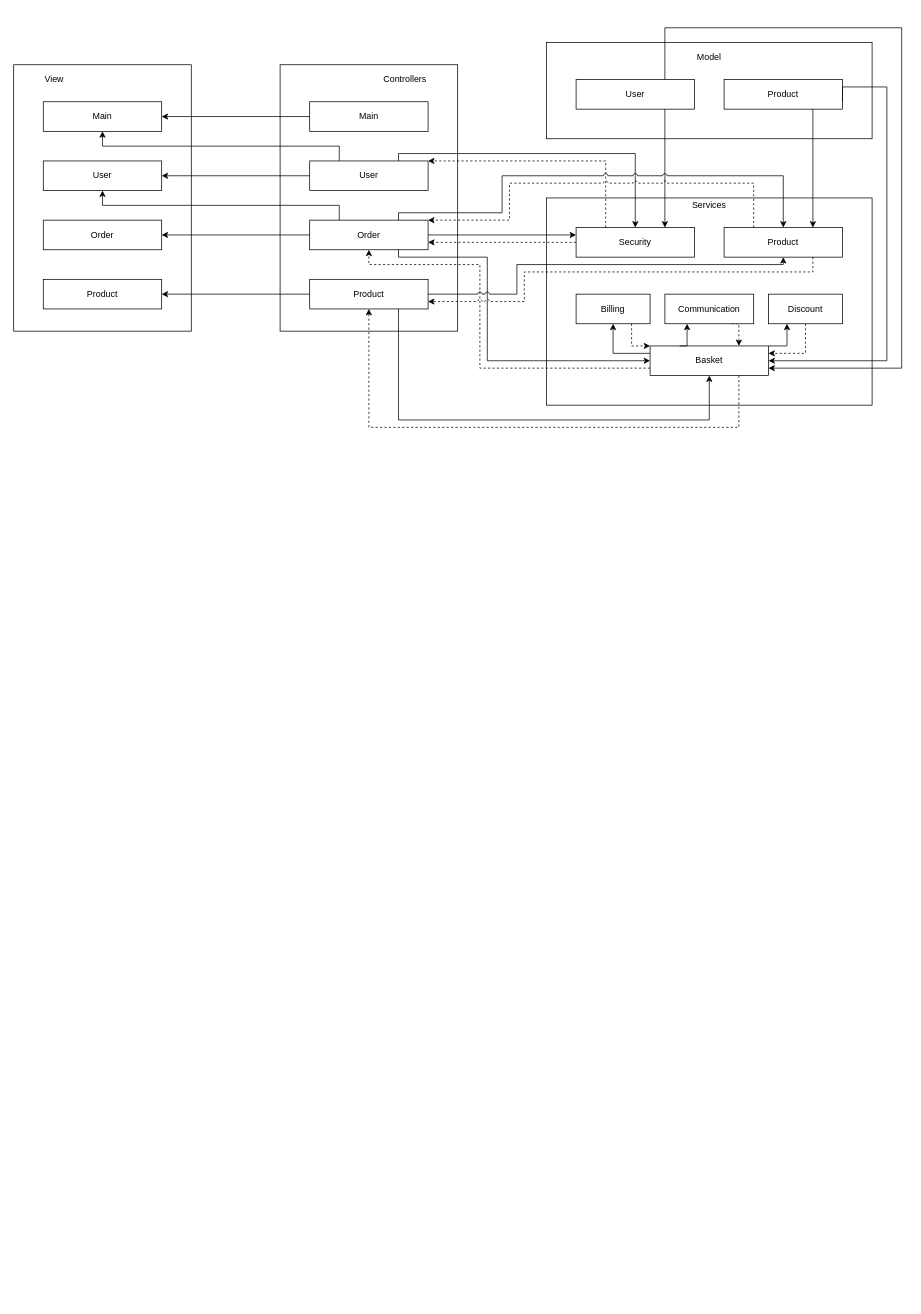
Earlier version of the draw.io diagram ArchitectureWebApp_Geekbrains/uml-diagram.drawio (BobrikovAleksey/TestTasks). Source tidied: cells renumbered, new cells numbered last; positions are measured from the earlier drawing's top-left corner, leaving out a move shared by most shapes. Both pictures are drawn from the tidied source at 74%, with x=0, y=0 at pixel (13, 27).
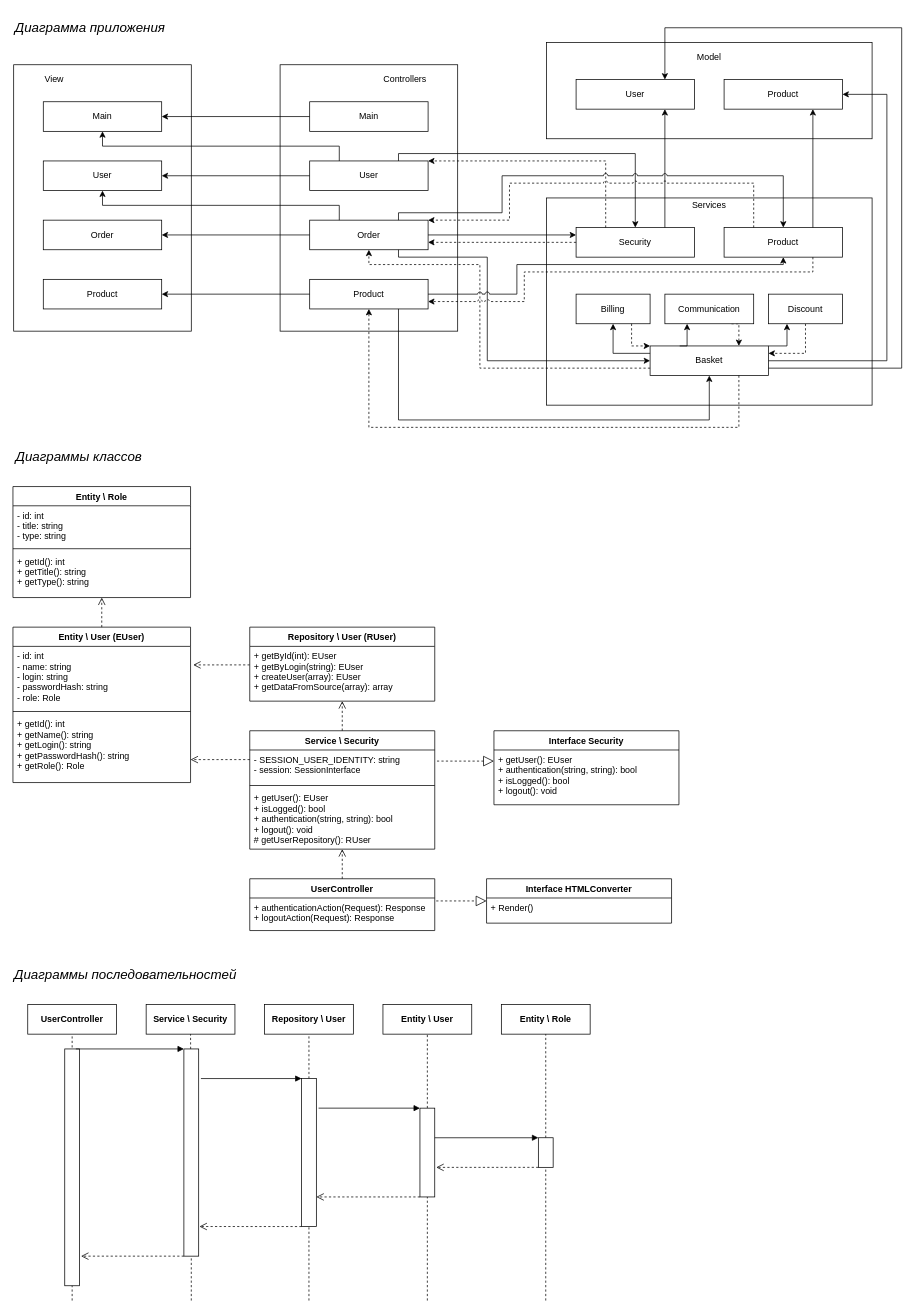
Above is the later version.

The change refers to these unchanged cells:
```xml
<mxCell id="5" value="Product" style="rounded=0;whiteSpace=wrap;html=1;" parent="2" vertex="1">
  <mxGeometry x="240" y="50" width="160" height="40" as="geometry" />
</mxCell>
<mxCell id="6" value="Security" style="rounded=0;whiteSpace=wrap;html=1;" parent="2" vertex="1">
  <mxGeometry x="40" y="50" width="160" height="40" as="geometry" />
</mxCell>
<mxCell id="7" value="Basket" style="rounded=0;whiteSpace=wrap;html=1;" parent="2" vertex="1">
  <mxGeometry x="140" y="210" width="160" height="40" as="geometry" />
</mxCell>
<mxCell id="46" value="User" style="rounded=0;whiteSpace=wrap;html=1;" parent="43" vertex="1">
  <mxGeometry x="40" y="50" width="160" height="40" as="geometry" />
</mxCell>
<mxCell id="47" value="Product" style="rounded=0;whiteSpace=wrap;html=1;" parent="43" vertex="1">
  <mxGeometry x="240" y="50" width="160" height="40" as="geometry" />
</mxCell>
```

Diff of the diagram source:
```diff
@@
-    <mxCell id="52" style="edgeStyle=orthogonalEdgeStyle;rounded=0;jumpStyle=arc;jettySize=auto;html=1;exitX=0.75;exitY=1;exitDx=0;exitDy=0;entryX=0.75;entryY=0;entryDx=0;entryDy=0;startArrow=none;startFill=0;endArrow=classic;endFill=1;" parent="1" edge="1" source="46" target="6">
+    <mxCell id="52" style="edgeStyle=orthogonalEdgeStyle;rounded=0;jumpStyle=arc;jettySize=auto;html=1;exitX=0.75;exitY=1;exitDx=0;exitDy=0;entryX=0.75;entryY=0;entryDx=0;entryDy=0;startArrow=classic;startFill=1;endArrow=none;endFill=0;" parent="1" edge="1" source="46" target="6">
       <mxGeometry relative="1" as="geometry" />
     </mxCell>
@@
-    <mxCell id="55" style="edgeStyle=orthogonalEdgeStyle;rounded=0;jumpStyle=arc;jettySize=auto;html=1;exitX=0.75;exitY=0;exitDx=0;exitDy=0;startArrow=none;startFill=0;endArrow=classic;endFill=1;entryX=1;entryY=0.75;entryDx=0;entryDy=0;" parent="1" edge="1" source="46" target="7">
+    <mxCell id="55" style="edgeStyle=orthogonalEdgeStyle;rounded=0;jumpStyle=arc;jettySize=auto;html=1;exitX=0.75;exitY=0;exitDx=0;exitDy=0;startArrow=classic;startFill=1;endArrow=none;endFill=0;entryX=1;entryY=0.75;entryDx=0;entryDy=0;" parent="1" edge="1" source="46" target="7">
       <mxGeometry relative="1" as="geometry">
         <Array as="points">
           <mxPoint x="880" />
           <mxPoint x="1200" />
           <mxPoint x="1200" y="460" />
         </Array>
       </mxGeometry>
     </mxCell>
-    <mxCell id="56" style="edgeStyle=orthogonalEdgeStyle;rounded=0;jumpStyle=arc;jettySize=auto;html=1;exitX=0.75;exitY=1;exitDx=0;exitDy=0;entryX=0.75;entryY=0;entryDx=0;entryDy=0;startArrow=none;startFill=0;endArrow=classic;endFill=1;" parent="1" edge="1" source="47" target="5">
+    <mxCell id="56" style="edgeStyle=orthogonalEdgeStyle;rounded=0;jumpStyle=arc;jettySize=auto;html=1;exitX=0.75;exitY=1;exitDx=0;exitDy=0;entryX=0.75;entryY=0;entryDx=0;entryDy=0;startArrow=classic;startFill=1;endArrow=none;endFill=0;" parent="1" edge="1" source="47" target="5">
       <mxGeometry relative="1" as="geometry" />
     </mxCell>
-    <mxCell id="57" style="edgeStyle=orthogonalEdgeStyle;rounded=0;jumpStyle=arc;jettySize=auto;html=1;exitX=1;exitY=0.75;exitDx=0;exitDy=0;startArrow=none;startFill=0;endArrow=classic;endFill=1;entryX=1;entryY=0.5;entryDx=0;entryDy=0;" parent="1" edge="1" source="47" target="7">
+    <mxCell id="57" style="edgeStyle=orthogonalEdgeStyle;rounded=0;jumpStyle=arc;jettySize=auto;html=1;startArrow=classic;startFill=1;endArrow=none;endFill=0;entryX=1;entryY=0.5;entryDx=0;entryDy=0;" parent="1" edge="1" target="7">
       <mxGeometry relative="1" as="geometry">
+        <mxPoint x="1120" y="90" as="sourcePoint" />
         <Array as="points">
-          <mxPoint x="1120" y="80" />
-          <mxPoint x="1180" y="80" />
+          <mxPoint x="1180" y="90" />
           <mxPoint x="1180" y="450" />
         </Array>
       </mxGeometry>
     </mxCell>
+    <mxCell id="58" value="Entity \ User (EUser)" style="swimlane;fontStyle=1;align=center;verticalAlign=top;horizontal=1;startSize=26;rounded=0;shadow=0;glass=0;labelBackgroundColor=#ffffff;sketch=0;strokeColor=#000000;fillColor=#ffffff;gradientColor=none;swimlaneFillColor=#ffffff;" parent="1" vertex="1">
+      <mxGeometry x="-1" y="810" width="240" height="210" as="geometry" />
+    </mxCell>
+    <mxCell id="59" value="- id: int&#10;- name: string&#10;- login: string&#10;- passwordHash: string&#10;- role: Role&#10;" style="text;strokeColor=none;fillColor=none;align=left;verticalAlign=top;spacingLeft=4;spacingRight=4;overflow=hidden;points=[[0,0.5],[1,0.5]];portConstraint=eastwest;" parent="58" vertex="1">
+      <mxGeometry y="26" width="240" height="84" as="geometry" />
+    </mxCell>
+    <mxCell id="60" style="line;strokeWidth=1;fillColor=none;align=left;verticalAlign=middle;spacingTop=-1;spacingLeft=3;spacingRight=3;labelPosition=right;" parent="58" vertex="1">
+      <mxGeometry y="110" width="240" height="8" as="geometry" />
+    </mxCell>
+    <mxCell id="61" value="+ getId(): int&#10;+ getName(): string&#10;+ getLogin(): string&#10;+ getPasswordHash(): string&#10;+ getRole(): Role&#10;&#10;&#10;" style="text;strokeColor=none;fillColor=none;align=left;verticalAlign=top;spacingLeft=4;spacingRight=4;overflow=hidden;points=[[0,0.5],[1,0.5]];portConstraint=eastwest;" parent="58" vertex="1">
+      <mxGeometry y="118" width="240" height="92" as="geometry" />
+    </mxCell>
+    <mxCell id="62" value="Entity \ Role" style="swimlane;fontStyle=1;align=center;verticalAlign=top;horizontal=1;startSize=26;rounded=0;shadow=0;glass=0;labelBackgroundColor=#FFFFFF;sketch=0;strokeColor=#000000;fillColor=#ffffff;gradientColor=none;swimlaneFillColor=#ffffff;" parent="1" vertex="1">
+      <mxGeometry x="-1" y="620" width="240" height="150" as="geometry" />
+    </mxCell>
+    <mxCell id="63" value="- id: int&#10;- title: string&#10;- type: string&#10;&#10;" style="text;strokeColor=none;fillColor=none;align=left;verticalAlign=top;spacingLeft=4;spacingRight=4;overflow=hidden;labelBackgroundColor=none;" parent="62" vertex="1">
+      <mxGeometry y="26" width="240" height="54" as="geometry" />
+    </mxCell>
+    <mxCell id="64" style="line;strokeWidth=1;fillColor=none;align=left;verticalAlign=middle;spacingTop=-1;spacingLeft=3;spacingRight=3;labelPosition=right;" parent="62" vertex="1">
+      <mxGeometry y="80" width="240" height="8" as="geometry" />
+    </mxCell>
+    <mxCell id="65" value="+ getId(): int&#10;+ getTitle(): string&#10;+ getType(): string&#10;" style="text;strokeColor=none;fillColor=none;align=left;verticalAlign=top;spacingLeft=4;spacingRight=4;overflow=hidden;" parent="62" vertex="1">
+      <mxGeometry y="88" width="240" height="62" as="geometry" />
+    </mxCell>
+    <mxCell id="66" style="html=1;verticalAlign=bottom;endArrow=open;dashed=1;endSize=8;exitX=0.5;exitY=0;exitDx=0;exitDy=0;entryX=0.5;entryY=1;entryDx=0;entryDy=0;" parent="1" edge="1" source="58" target="62">
+      <mxGeometry relative="1" as="geometry" />
+    </mxCell>
+    <mxCell id="67" value="Диаграмма приложения" style="text;html=1;strokeColor=none;fillColor=none;align=left;verticalAlign=middle;whiteSpace=wrap;rounded=0;shadow=0;glass=0;labelBackgroundColor=none;sketch=0;fontSize=18;fontStyle=2;" parent="1" vertex="1">
+      <mxGeometry y="-20" width="239" height="40" as="geometry" />
+    </mxCell>
+    <mxCell id="68" value="Диаграммы классов" style="text;html=1;strokeColor=none;fillColor=none;align=left;verticalAlign=middle;whiteSpace=wrap;rounded=0;shadow=0;glass=0;labelBackgroundColor=none;sketch=0;fontSize=18;fontStyle=2;labelBorderColor=none;" parent="1" vertex="1">
+      <mxGeometry x="1" y="560" width="239" height="40" as="geometry" />
+    </mxCell>
+    <mxCell id="69" style="html=1;verticalAlign=bottom;endArrow=open;dashed=1;endSize=8;entryX=1.015;entryY=0.298;entryDx=0;entryDy=0;entryPerimeter=0;exitX=0;exitY=0.338;exitDx=0;exitDy=0;exitPerimeter=0;" parent="1" edge="1" source="73" target="59">
+      <mxGeometry relative="1" as="geometry" />
+    </mxCell>
+    <mxCell id="70" value="Interface Security" style="swimlane;fontStyle=1;horizontal=1;startSize=26;rounded=0;shadow=0;glass=0;labelBackgroundColor=#FFFFFF;sketch=0;strokeColor=#000000;fontSize=12;align=center;swimlaneFillColor=#ffffff;" parent="1" vertex="1">
+      <mxGeometry x="649" y="950" width="250" height="100" as="geometry" />
+    </mxCell>
+    <mxCell id="71" value="+ getUser(): EUser&#10;+ authentication(string, string): bool&#10;+ isLogged(): bool&#10;+ logout(): void&#10;&#10;&#10;" style="text;strokeColor=none;align=left;verticalAlign=top;spacingLeft=4;spacingRight=4;overflow=hidden;points=[[0,0.5],[1,0.5]];portConstraint=eastwest;" parent="70" vertex="1">
+      <mxGeometry y="26" width="250" height="74" as="geometry" />
+    </mxCell>
+    <mxCell id="72" value="Repository \ User (RUser)" style="swimlane;fontStyle=1;horizontal=1;startSize=26;rounded=0;shadow=0;glass=0;labelBackgroundColor=#FFFFFF;sketch=0;strokeColor=#000000;fontSize=12;align=center;swimlaneFillColor=#ffffff;" parent="1" vertex="1">
+      <mxGeometry x="319" y="810" width="250" height="100" as="geometry" />
+    </mxCell>
+    <mxCell id="73" value="+ getById(int): EUser&#10;+ getByLogin(string): EUser&#10;+ createUser(array): EUser&#10;+ getDataFromSource(array): array" style="text;strokeColor=none;fillColor=none;align=left;verticalAlign=top;spacingLeft=4;spacingRight=4;overflow=hidden;points=[[0,0.5],[1,0.5]];portConstraint=eastwest;" parent="72" vertex="1">
+      <mxGeometry y="26" width="250" height="74" as="geometry" />
+    </mxCell>
+    <mxCell id="74" value="Service \ Security" style="swimlane;fontStyle=1;align=center;verticalAlign=top;horizontal=1;startSize=26;rounded=0;shadow=0;glass=0;labelBackgroundColor=#ffffff;sketch=0;strokeColor=#000000;gradientColor=none;swimlaneFillColor=#ffffff;" parent="1" vertex="1">
+      <mxGeometry x="319" y="950" width="250" height="160" as="geometry" />
+    </mxCell>
+    <mxCell id="75" value="- SESSION_USER_IDENTITY: string&#10;- session: SessionInterface" style="text;strokeColor=none;fillColor=none;align=left;verticalAlign=top;spacingLeft=4;spacingRight=4;overflow=hidden;points=[[0,0.5],[1,0.5]];portConstraint=eastwest;" parent="74" vertex="1">
+      <mxGeometry y="26" width="250" height="44" as="geometry" />
+    </mxCell>
+    <mxCell id="76" style="line;strokeWidth=1;fillColor=none;align=left;verticalAlign=middle;spacingTop=-1;spacingLeft=3;spacingRight=3;labelPosition=right;" parent="74" vertex="1">
+      <mxGeometry y="70" width="250" height="8" as="geometry" />
+    </mxCell>
+    <mxCell id="77" value="+ getUser(): EUser&#10;+ isLogged(): bool&#10;+ authentication(string, string): bool&#10;+ logout(): void&#10;# getUserRepository(): RUser" style="text;strokeColor=none;fillColor=none;align=left;verticalAlign=top;spacingLeft=4;spacingRight=4;overflow=hidden;" parent="74" vertex="1">
+      <mxGeometry y="78" width="250" height="82" as="geometry" />
+    </mxCell>
+    <mxCell id="78" style="endArrow=block;dashed=1;endFill=0;endSize=12;html=1;fontSize=12;entryX=0;entryY=0.203;entryDx=0;entryDy=0;exitX=1.012;exitY=0.341;exitDx=0;exitDy=0;exitPerimeter=0;entryPerimeter=0;" parent="1" edge="1" source="75" target="71">
+      <mxGeometry relative="1" as="geometry" />
+    </mxCell>
+    <mxCell id="79" style="html=1;verticalAlign=bottom;endArrow=open;dashed=1;endSize=8;entryX=1;entryY=0.663;entryDx=0;entryDy=0;entryPerimeter=0;exitX=0;exitY=0.295;exitDx=0;exitDy=0;exitPerimeter=0;" parent="1" edge="1" source="75" target="61">
+      <mxGeometry relative="1" as="geometry" />
+    </mxCell>
+    <mxCell id="80" style="html=1;verticalAlign=bottom;endArrow=open;dashed=1;endSize=8;entryX=0.5;entryY=1;entryDx=0;entryDy=0;exitX=0.5;exitY=0;exitDx=0;exitDy=0;" parent="1" edge="1" source="74" target="72">
+      <mxGeometry relative="1" as="geometry" />
+    </mxCell>
+    <mxCell id="81" value="UserController" style="swimlane;fontStyle=1;horizontal=1;startSize=26;rounded=0;shadow=0;glass=0;labelBackgroundColor=#FFFFFF;sketch=0;strokeColor=#000000;fontSize=12;align=center;swimlaneFillColor=#ffffff;" parent="1" vertex="1">
+      <mxGeometry x="319" y="1150" width="250" height="70" as="geometry" />
+    </mxCell>
+    <mxCell id="82" value="+ authenticationAction(Request): Response&#10;+ logoutAction(Request): Response" style="text;strokeColor=none;fillColor=none;align=left;verticalAlign=top;spacingLeft=4;spacingRight=4;overflow=hidden;points=[[0,0.5],[1,0.5]];portConstraint=eastwest;" parent="81" vertex="1">
+      <mxGeometry y="26" width="250" height="44" as="geometry" />
+    </mxCell>
+    <mxCell id="83" value="Interface HTMLConverter" style="swimlane;fontStyle=1;horizontal=1;startSize=26;rounded=0;shadow=0;glass=0;labelBackgroundColor=#FFFFFF;sketch=0;strokeColor=#000000;fontSize=12;align=center;swimlaneFillColor=#ffffff;" parent="1" vertex="1">
+      <mxGeometry x="639" y="1150" width="250" height="60" as="geometry" />
+    </mxCell>
+    <mxCell id="84" value="+ Render()" style="text;strokeColor=none;align=left;verticalAlign=top;spacingLeft=4;spacingRight=4;overflow=hidden;" parent="83" vertex="1">
+      <mxGeometry y="26" width="250" height="34" as="geometry" />
+    </mxCell>
+    <mxCell id="85" style="endArrow=block;dashed=1;endFill=0;endSize=12;html=1;fontSize=12;entryX=0;entryY=0.5;entryDx=0;entryDy=0;exitX=1.008;exitY=0.091;exitDx=0;exitDy=0;exitPerimeter=0;" parent="1" edge="1" source="82" target="83">
+      <mxGeometry relative="1" as="geometry" />
+    </mxCell>
+    <mxCell id="86" style="html=1;verticalAlign=bottom;endArrow=open;dashed=1;endSize=8;entryX=0.5;entryY=1;entryDx=0;entryDy=0;exitX=0.5;exitY=0;exitDx=0;exitDy=0;" parent="1" edge="1" source="81" target="74">
+      <mxGeometry relative="1" as="geometry" />
+    </mxCell>
+    <mxCell id="87" value="Диаграммы последовательностей" style="text;html=1;strokeColor=none;fillColor=none;align=left;verticalAlign=middle;whiteSpace=wrap;rounded=0;shadow=0;glass=0;labelBackgroundColor=none;sketch=0;fontSize=18;fontStyle=2;" parent="1" vertex="1">
+      <mxGeometry x="-1" y="1260" width="360" height="40" as="geometry" />
+    </mxCell>
+    <mxCell id="88" value="UserController" style="rounded=0;whiteSpace=wrap;html=1;shadow=0;glass=0;labelBackgroundColor=#FFFFFF;sketch=0;strokeColor=#000000;fillColor=#ffffff;gradientColor=none;fontSize=12;align=center;fontStyle=1;" parent="1" vertex="1">
+      <mxGeometry x="19" y="1320" width="120" height="40" as="geometry" />
+    </mxCell>
+    <mxCell id="89" value="Service \ Security" style="rounded=0;whiteSpace=wrap;html=1;shadow=0;glass=0;labelBackgroundColor=#FFFFFF;sketch=0;strokeColor=#000000;fillColor=#ffffff;gradientColor=none;fontSize=12;align=center;fontStyle=1;" parent="1" vertex="1">
+      <mxGeometry x="179" y="1320" width="120" height="40" as="geometry" />
+    </mxCell>
+    <mxCell id="90" value="Repository \ User" style="rounded=0;whiteSpace=wrap;html=1;shadow=0;glass=0;labelBackgroundColor=#FFFFFF;sketch=0;strokeColor=#000000;fillColor=#ffffff;gradientColor=none;fontSize=12;align=center;fontStyle=1;" parent="1" vertex="1">
+      <mxGeometry x="339" y="1320" width="120" height="40" as="geometry" />
+    </mxCell>
+    <mxCell id="91" style="endArrow=none;dashed=1;html=1;fontSize=12;entryX=0.5;entryY=1;entryDx=0;entryDy=0;" parent="1" edge="1" target="88">
+      <mxGeometry relative="1" as="geometry">
+        <mxPoint x="79" y="1720" as="sourcePoint" />
+      </mxGeometry>
+    </mxCell>
+    <mxCell id="92" style="endArrow=none;dashed=1;html=1;fontSize=12;entryX=0.5;entryY=1;entryDx=0;entryDy=0;" parent="1" edge="1" source="95" target="89">
+      <mxGeometry relative="1" as="geometry" />
+    </mxCell>
+    <mxCell id="93" style="endArrow=none;dashed=1;html=1;fontSize=12;entryX=0.5;entryY=1;entryDx=0;entryDy=0;" parent="1" edge="1" source="100" target="90">
+      <mxGeometry relative="1" as="geometry" />
+    </mxCell>
+    <mxCell id="94" style="rounded=0;whiteSpace=wrap;html=1;shadow=0;glass=0;labelBackgroundColor=#FFFFFF;sketch=0;strokeColor=#000000;fillColor=#ffffff;gradientColor=none;fontSize=12;align=center;" parent="1" vertex="1">
+      <mxGeometry x="69" y="1380" width="20" height="320" as="geometry" />
+    </mxCell>
+    <mxCell id="95" style="rounded=0;whiteSpace=wrap;html=1;shadow=0;glass=0;labelBackgroundColor=#FFFFFF;sketch=0;strokeColor=#000000;fillColor=#ffffff;gradientColor=none;fontSize=12;align=center;" parent="1" vertex="1">
+      <mxGeometry x="230" y="1380" width="20" height="280" as="geometry" />
+    </mxCell>
+    <mxCell id="96" style="endArrow=none;dashed=1;html=1;fontSize=12;entryX=0.5;entryY=1;entryDx=0;entryDy=0;" parent="1" edge="1" target="95">
+      <mxGeometry relative="1" as="geometry">
+        <mxPoint x="240" y="1720" as="sourcePoint" />
+      </mxGeometry>
+    </mxCell>
+    <mxCell id="97" style="html=1;verticalAlign=bottom;endArrow=block;fontSize=12;exitX=0.75;exitY=0;exitDx=0;exitDy=0;entryX=0;entryY=0;entryDx=0;entryDy=0;" parent="1" edge="1" source="94" target="95">
+      <mxGeometry relative="1" as="geometry" />
+    </mxCell>
+    <mxCell id="98" value="Entity \ User" style="rounded=0;whiteSpace=wrap;html=1;shadow=0;glass=0;labelBackgroundColor=#FFFFFF;sketch=0;strokeColor=#000000;fillColor=#ffffff;gradientColor=none;fontSize=12;align=center;fontStyle=1;" parent="1" vertex="1">
+      <mxGeometry x="499" y="1320" width="120" height="40" as="geometry" />
+    </mxCell>
+    <mxCell id="99" style="endArrow=none;dashed=1;html=1;fontSize=12;entryX=0.5;entryY=1;entryDx=0;entryDy=0;" parent="1" edge="1" source="103" target="98">
+      <mxGeometry relative="1" as="geometry" />
+    </mxCell>
+    <mxCell id="100" style="rounded=0;whiteSpace=wrap;html=1;shadow=0;glass=0;labelBackgroundColor=#FFFFFF;sketch=0;strokeColor=#000000;fillColor=#ffffff;gradientColor=none;fontSize=12;align=center;" parent="1" vertex="1">
+      <mxGeometry x="389" y="1420" width="20" height="200" as="geometry" />
+    </mxCell>
+    <mxCell id="101" style="endArrow=none;dashed=1;html=1;fontSize=12;entryX=0.5;entryY=1;entryDx=0;entryDy=0;" parent="1" edge="1" target="100">
+      <mxGeometry relative="1" as="geometry">
+        <mxPoint x="399" y="1720" as="sourcePoint" />
+      </mxGeometry>
+    </mxCell>
+    <mxCell id="102" style="html=1;verticalAlign=bottom;endArrow=block;fontSize=12;entryX=0;entryY=0;entryDx=0;entryDy=0;" parent="1" edge="1" target="100">
+      <mxGeometry relative="1" as="geometry">
+        <mxPoint x="253" y="1420" as="sourcePoint" />
+      </mxGeometry>
+    </mxCell>
+    <mxCell id="103" style="rounded=0;whiteSpace=wrap;html=1;shadow=0;glass=0;labelBackgroundColor=#FFFFFF;sketch=0;strokeColor=#000000;fillColor=#ffffff;gradientColor=none;fontSize=12;align=center;" parent="1" vertex="1">
+      <mxGeometry x="549" y="1460" width="20" height="120" as="geometry" />
+    </mxCell>
+    <mxCell id="104" style="endArrow=none;dashed=1;html=1;fontSize=12;entryX=0.5;entryY=1;entryDx=0;entryDy=0;" parent="1" edge="1" target="103">
+      <mxGeometry relative="1" as="geometry">
+        <mxPoint x="559" y="1720" as="sourcePoint" />
+      </mxGeometry>
+    </mxCell>
+    <mxCell id="105" value="Entity \ Role" style="rounded=0;whiteSpace=wrap;html=1;shadow=0;glass=0;labelBackgroundColor=#FFFFFF;sketch=0;strokeColor=#000000;fillColor=#ffffff;gradientColor=none;fontSize=12;align=center;fontStyle=1;" parent="1" vertex="1">
+      <mxGeometry x="659" y="1320" width="120" height="40" as="geometry" />
+    </mxCell>
+    <mxCell id="106" style="endArrow=none;dashed=1;html=1;fontSize=12;entryX=0.5;entryY=1;entryDx=0;entryDy=0;" parent="1" edge="1" source="107" target="105">
+      <mxGeometry relative="1" as="geometry" />
+    </mxCell>
+    <mxCell id="107" style="rounded=0;whiteSpace=wrap;html=1;shadow=0;glass=0;labelBackgroundColor=#FFFFFF;sketch=0;strokeColor=#000000;fillColor=#ffffff;gradientColor=none;fontSize=12;align=center;" parent="1" vertex="1">
+      <mxGeometry x="709" y="1500" width="20" height="40" as="geometry" />
+    </mxCell>
+    <mxCell id="108" style="endArrow=none;dashed=1;html=1;fontSize=12;entryX=0.5;entryY=1;entryDx=0;entryDy=0;" parent="1" edge="1" target="107">
+      <mxGeometry relative="1" as="geometry">
+        <mxPoint x="719" y="1720" as="sourcePoint" />
+      </mxGeometry>
+    </mxCell>
+    <mxCell id="109" style="html=1;verticalAlign=bottom;endArrow=block;fontSize=12;entryX=0;entryY=0;entryDx=0;entryDy=0;" parent="1" edge="1" target="103">
+      <mxGeometry relative="1" as="geometry">
+        <mxPoint x="412" y="1460" as="sourcePoint" />
+      </mxGeometry>
+    </mxCell>
+    <mxCell id="110" style="html=1;verticalAlign=bottom;endArrow=block;fontSize=12;entryX=0;entryY=0;entryDx=0;entryDy=0;" parent="1" edge="1" target="107">
+      <mxGeometry relative="1" as="geometry">
+        <mxPoint x="569" y="1500" as="sourcePoint" />
+      </mxGeometry>
+    </mxCell>
+    <mxCell id="111" style="html=1;verticalAlign=bottom;endArrow=open;dashed=1;endSize=8;fontSize=12;exitX=0;exitY=1;exitDx=0;exitDy=0;entryX=1;entryY=0.8;entryDx=0;entryDy=0;entryPerimeter=0;" parent="1" edge="1" source="103" target="100">
+      <mxGeometry relative="1" as="geometry" />
+    </mxCell>
+    <mxCell id="112" style="html=1;verticalAlign=bottom;endArrow=open;dashed=1;endSize=8;fontSize=12;exitX=0;exitY=1;exitDx=0;exitDy=0;entryX=1.1;entryY=0.667;entryDx=0;entryDy=0;entryPerimeter=0;" parent="1" edge="1" source="107" target="103">
+      <mxGeometry relative="1" as="geometry" />
+    </mxCell>
+    <mxCell id="113" style="html=1;verticalAlign=bottom;endArrow=open;dashed=1;endSize=8;fontSize=12;exitX=0;exitY=1;exitDx=0;exitDy=0;entryX=1.05;entryY=0.857;entryDx=0;entryDy=0;entryPerimeter=0;" parent="1" edge="1" source="100" target="95">
+      <mxGeometry relative="1" as="geometry" />
+    </mxCell>
+    <mxCell id="114" style="html=1;verticalAlign=bottom;endArrow=open;dashed=1;endSize=8;fontSize=12;exitX=0;exitY=1;exitDx=0;exitDy=0;entryX=1.1;entryY=0.875;entryDx=0;entryDy=0;entryPerimeter=0;" parent="1" edge="1" source="95" target="94">
+      <mxGeometry relative="1" as="geometry" />
+    </mxCell>
```
